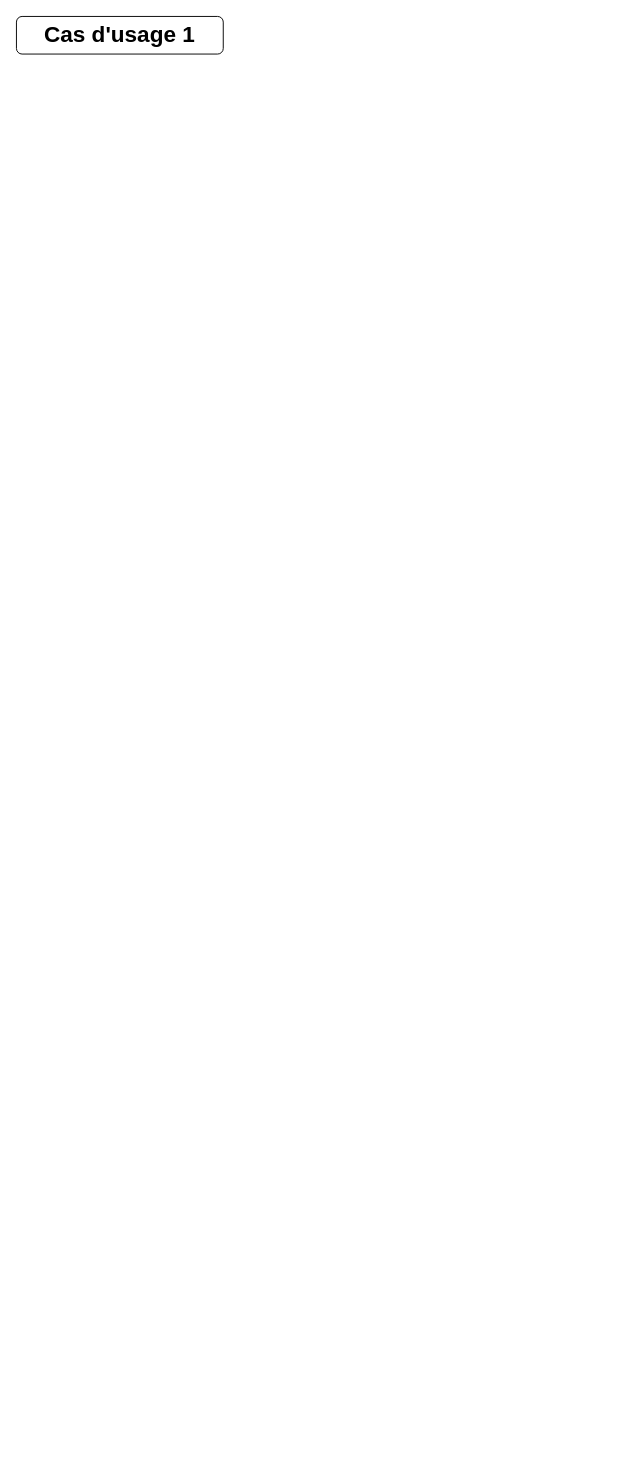
Earlier version of the draw.io diagram page "Tableau de bord" (2 of 5) of Learn@Home_Diagrammes.drawio (Adv13/DENIE_Tiffany_10_03032022). Source tidied: cells renumbered, new cells numbered last; positions are measured from the earlier drawing's top-left corner, leaving out a move shared by most shapes. Both pictures are drawn from the tidied source at 94%, with x=0, y=0 at pixel (16, 16).
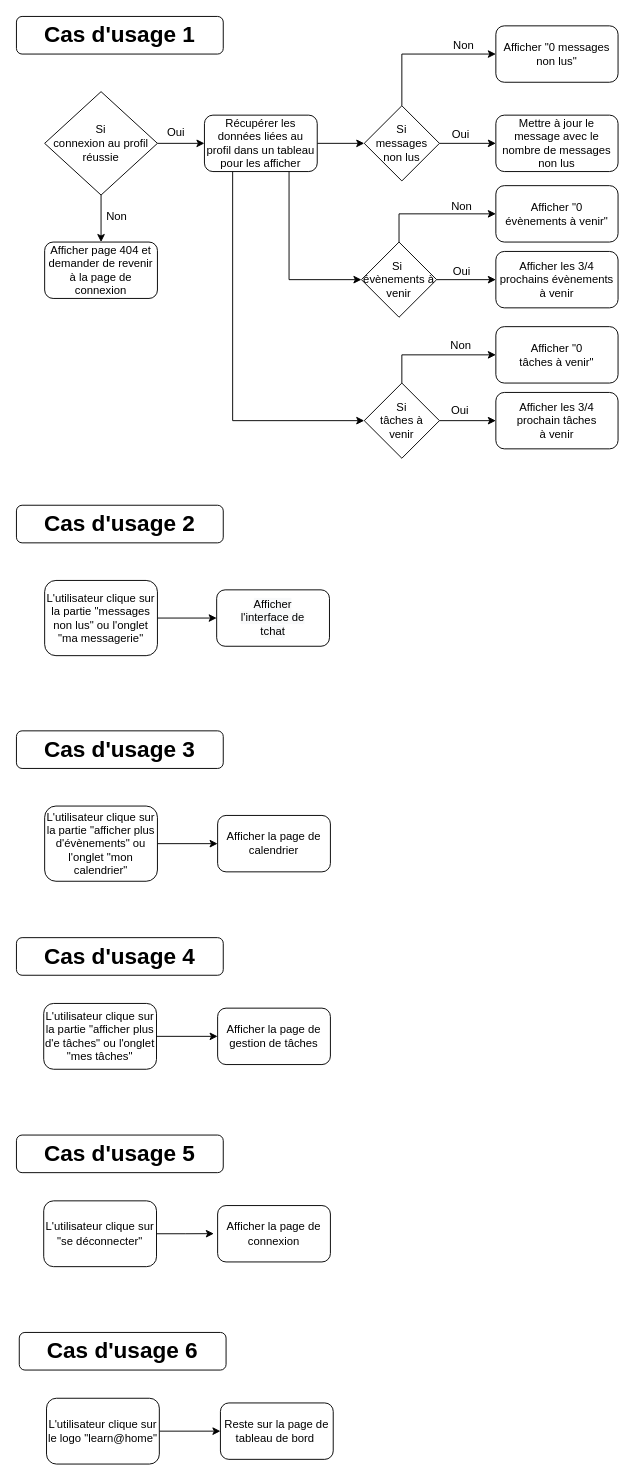
The same diagram, later.

Diff of the diagram source:
```diff
@@
+    <mxCell id="3" style="edgeStyle=orthogonalEdgeStyle;rounded=0;jettySize=auto;html=1;exitX=0.5;exitY=1;exitDx=0;exitDy=0;entryX=0.5;entryY=0;entryDx=0;entryDy=0;fontSize=12;" parent="1" edge="1" source="5" target="6">
+      <mxGeometry relative="1" as="geometry" />
+    </mxCell>
+    <mxCell id="4" style="edgeStyle=orthogonalEdgeStyle;rounded=0;jettySize=auto;html=1;exitX=1;exitY=0.5;exitDx=0;exitDy=0;entryX=0;entryY=0.5;entryDx=0;entryDy=0;fontSize=12;" parent="1" edge="1" source="5" target="10">
+      <mxGeometry relative="1" as="geometry" />
+    </mxCell>
+    <mxCell id="5" value="Si&lt;br&gt;connexion au profil réussie" style="rhombus;whiteSpace=wrap;html=1;fontSize=12;" parent="1" vertex="1">
+      <mxGeometry x="30" y="80" width="120" height="110" as="geometry" />
+    </mxCell>
+    <mxCell id="6" value="Afficher page 404 et demander de revenir à la page de connexion" style="rounded=1;whiteSpace=wrap;html=1;fontSize=12;" parent="1" vertex="1">
+      <mxGeometry x="30" y="240" width="120" height="60" as="geometry" />
+    </mxCell>
+    <mxCell id="7" style="edgeStyle=orthogonalEdgeStyle;rounded=0;jettySize=auto;html=1;exitX=1;exitY=0.5;exitDx=0;exitDy=0;entryX=0;entryY=0.5;entryDx=0;entryDy=0;fontSize=12;" parent="1" edge="1" source="10" target="13">
+      <mxGeometry relative="1" as="geometry" />
+    </mxCell>
+    <mxCell id="8" style="edgeStyle=orthogonalEdgeStyle;rounded=0;jettySize=auto;html=1;exitX=0.75;exitY=1;exitDx=0;exitDy=0;entryX=0;entryY=0.5;entryDx=0;entryDy=0;fontSize=12;" parent="1" edge="1" source="10" target="22">
+      <mxGeometry relative="1" as="geometry" />
+    </mxCell>
+    <mxCell id="9" style="edgeStyle=orthogonalEdgeStyle;rounded=0;jettySize=auto;html=1;exitX=0.25;exitY=1;exitDx=0;exitDy=0;entryX=0;entryY=0.5;entryDx=0;entryDy=0;fontSize=12;" parent="1" edge="1" source="10" target="25">
+      <mxGeometry relative="1" as="geometry" />
+    </mxCell>
+    <mxCell id="10" value="Récupérer les données liées au profil dans un tableau pour les afficher" style="rounded=1;whiteSpace=wrap;html=1;fontSize=12;" parent="1" vertex="1">
+      <mxGeometry x="200" y="105" width="120" height="60" as="geometry" />
+    </mxCell>
+    <mxCell id="11" style="edgeStyle=orthogonalEdgeStyle;rounded=0;jettySize=auto;html=1;exitX=0.5;exitY=0;exitDx=0;exitDy=0;entryX=0;entryY=0.5;entryDx=0;entryDy=0;fontSize=12;" parent="1" edge="1" source="13" target="14">
+      <mxGeometry relative="1" as="geometry" />
+    </mxCell>
+    <mxCell id="12" style="edgeStyle=orthogonalEdgeStyle;rounded=0;jettySize=auto;html=1;exitX=1;exitY=0.5;exitDx=0;exitDy=0;entryX=0;entryY=0.5;entryDx=0;entryDy=0;fontSize=12;" parent="1" edge="1" source="13" target="15">
+      <mxGeometry relative="1" as="geometry" />
+    </mxCell>
+    <mxCell id="13" value="Si&lt;br&gt;messages non lus" style="rhombus;whiteSpace=wrap;html=1;fontSize=12;" parent="1" vertex="1">
+      <mxGeometry x="370" y="95" width="80" height="80" as="geometry" />
+    </mxCell>
+    <mxCell id="14" value="Afficher &quot;0 messages non lus&quot;" style="rounded=1;whiteSpace=wrap;html=1;fontSize=12;" parent="1" vertex="1">
+      <mxGeometry x="510" y="10" width="130" height="60" as="geometry" />
+    </mxCell>
+    <mxCell id="15" value="Mettre à jour le message avec le nombre de messages non lus" style="rounded=1;whiteSpace=wrap;html=1;fontSize=12;" parent="1" vertex="1">
+      <mxGeometry x="510" y="105" width="130" height="60" as="geometry" />
+    </mxCell>
+    <mxCell id="16" value="Oui" style="text;html=1;strokeColor=none;fillColor=none;align=center;verticalAlign=middle;whiteSpace=wrap;rounded=0;fontSize=12;" parent="1" vertex="1">
+      <mxGeometry x="443" y="111" width="60" height="30" as="geometry" />
+    </mxCell>
+    <mxCell id="17" value="Oui" style="text;html=1;strokeColor=none;fillColor=none;align=center;verticalAlign=middle;whiteSpace=wrap;rounded=0;fontSize=12;" parent="1" vertex="1">
+      <mxGeometry x="140" y="109" width="60" height="30" as="geometry" />
+    </mxCell>
+    <mxCell id="18" value="Non" style="text;html=1;strokeColor=none;fillColor=none;align=center;verticalAlign=middle;whiteSpace=wrap;rounded=0;fontSize=12;" parent="1" vertex="1">
+      <mxGeometry x="77" y="198" width="60" height="30" as="geometry" />
+    </mxCell>
+    <mxCell id="19" value="Non" style="text;html=1;strokeColor=none;fillColor=none;align=center;verticalAlign=middle;whiteSpace=wrap;rounded=0;fontSize=12;" parent="1" vertex="1">
+      <mxGeometry x="446" y="16" width="60" height="30" as="geometry" />
+    </mxCell>
+    <mxCell id="20" style="edgeStyle=orthogonalEdgeStyle;rounded=0;jettySize=auto;html=1;exitX=1;exitY=0.5;exitDx=0;exitDy=0;entryX=0;entryY=0.5;entryDx=0;entryDy=0;fontSize=12;" parent="1" edge="1" source="22" target="27">
+      <mxGeometry relative="1" as="geometry" />
+    </mxCell>
+    <mxCell id="21" style="edgeStyle=orthogonalEdgeStyle;rounded=0;jettySize=auto;html=1;exitX=0.5;exitY=0;exitDx=0;exitDy=0;entryX=0;entryY=0.5;entryDx=0;entryDy=0;fontSize=12;" parent="1" edge="1" source="22" target="26">
+      <mxGeometry relative="1" as="geometry" />
+    </mxCell>
+    <mxCell id="22" value="Si&amp;nbsp;&lt;br&gt;évènements à venir" style="rhombus;whiteSpace=wrap;html=1;fontSize=12;" parent="1" vertex="1">
+      <mxGeometry x="367" y="240" width="80" height="80" as="geometry" />
+    </mxCell>
+    <mxCell id="23" style="edgeStyle=orthogonalEdgeStyle;rounded=0;jettySize=auto;html=1;exitX=0.5;exitY=0;exitDx=0;exitDy=0;fontSize=12;" parent="1" edge="1" source="25" target="30">
+      <mxGeometry relative="1" as="geometry" />
+    </mxCell>
+    <mxCell id="24" style="edgeStyle=orthogonalEdgeStyle;rounded=0;jettySize=auto;html=1;exitX=1;exitY=0.5;exitDx=0;exitDy=0;entryX=0;entryY=0.5;entryDx=0;entryDy=0;fontSize=12;" parent="1" edge="1" source="25" target="31">
+      <mxGeometry relative="1" as="geometry" />
+    </mxCell>
+    <mxCell id="25" value="Si&lt;br&gt;tâches à&lt;br&gt;venir" style="rhombus;whiteSpace=wrap;html=1;fontSize=12;" parent="1" vertex="1">
+      <mxGeometry x="370" y="390" width="80" height="80" as="geometry" />
+    </mxCell>
+    <mxCell id="26" value="Afficher &quot;0&lt;br&gt;évènements à venir&quot;" style="rounded=1;whiteSpace=wrap;html=1;fontSize=12;" parent="1" vertex="1">
+      <mxGeometry x="510" y="180" width="130" height="60" as="geometry" />
+    </mxCell>
+    <mxCell id="27" value="Afficher les 3/4 prochains évènements&lt;br&gt;à venir" style="rounded=1;whiteSpace=wrap;html=1;fontSize=12;" parent="1" vertex="1">
+      <mxGeometry x="510" y="250" width="130" height="60" as="geometry" />
+    </mxCell>
+    <mxCell id="28" value="Oui" style="text;html=1;strokeColor=none;fillColor=none;align=center;verticalAlign=middle;whiteSpace=wrap;rounded=0;fontSize=12;" parent="1" vertex="1">
+      <mxGeometry x="444" y="257" width="60" height="30" as="geometry" />
+    </mxCell>
+    <mxCell id="29" value="Non" style="text;html=1;strokeColor=none;fillColor=none;align=center;verticalAlign=middle;whiteSpace=wrap;rounded=0;fontSize=12;" parent="1" vertex="1">
+      <mxGeometry x="444" y="187" width="60" height="30" as="geometry" />
+    </mxCell>
+    <mxCell id="30" value="Afficher &quot;0&lt;br&gt;tâches à venir&quot;" style="rounded=1;whiteSpace=wrap;html=1;fontSize=12;" parent="1" vertex="1">
+      <mxGeometry x="510" y="330" width="130" height="60" as="geometry" />
+    </mxCell>
+    <mxCell id="31" value="Afficher les 3/4 prochain tâches&lt;br&gt;à venir" style="rounded=1;whiteSpace=wrap;html=1;fontSize=12;" parent="1" vertex="1">
+      <mxGeometry x="510" y="400" width="130" height="60" as="geometry" />
+    </mxCell>
+    <mxCell id="32" value="Oui" style="text;html=1;strokeColor=none;fillColor=none;align=center;verticalAlign=middle;whiteSpace=wrap;rounded=0;fontSize=12;" parent="1" vertex="1">
+      <mxGeometry x="442" y="404" width="60" height="30" as="geometry" />
+    </mxCell>
+    <mxCell id="33" value="Non" style="text;html=1;strokeColor=none;fillColor=none;align=center;verticalAlign=middle;whiteSpace=wrap;rounded=0;fontSize=12;" parent="1" vertex="1">
+      <mxGeometry x="443" y="335" width="60" height="30" as="geometry" />
+    </mxCell>
+    <mxCell id="34" value="&lt;b&gt;&lt;font style=&quot;font-size: 24px&quot;&gt;Cas d'usage 2&lt;/font&gt;&lt;/b&gt;" style="rounded=1;whiteSpace=wrap;html=1;fontSize=12;glass=0;strokeWidth=1;shadow=0;" parent="1" vertex="1">
+      <mxGeometry y="520" width="220" height="40" as="geometry" />
+    </mxCell>
+    <mxCell id="35" style="edgeStyle=orthogonalEdgeStyle;rounded=0;jettySize=auto;html=1;exitX=1;exitY=0.5;exitDx=0;exitDy=0;entryX=0;entryY=0.5;entryDx=0;entryDy=0;fontSize=12;" parent="1" edge="1" source="36" target="37">
+      <mxGeometry relative="1" as="geometry" />
+    </mxCell>
+    <mxCell id="36" value="L'utilisateur clique sur la partie &quot;messages non lus&quot; ou l'onglet &quot;ma messagerie&quot;" style="rounded=1;whiteSpace=wrap;html=1;fontSize=12;" parent="1" vertex="1">
+      <mxGeometry x="30" y="600" width="120" height="80" as="geometry" />
+    </mxCell>
+    <mxCell id="37" value="&#10;&#10;&lt;span style=&quot;color: rgb(0, 0, 0); font-family: helvetica; font-size: 12px; font-style: normal; font-weight: 400; letter-spacing: normal; text-align: center; text-indent: 0px; text-transform: none; word-spacing: 0px; background-color: rgb(248, 249, 250); display: inline; float: none;&quot;&gt;Afficher&lt;/span&gt;&lt;br style=&quot;color: rgb(0, 0, 0); font-family: helvetica; font-size: 12px; font-style: normal; font-weight: 400; letter-spacing: normal; text-align: center; text-indent: 0px; text-transform: none; word-spacing: 0px; background-color: rgb(248, 249, 250);&quot;&gt;&lt;span style=&quot;color: rgb(0, 0, 0); font-family: helvetica; font-size: 12px; font-style: normal; font-weight: 400; letter-spacing: normal; text-align: center; text-indent: 0px; text-transform: none; word-spacing: 0px; background-color: rgb(248, 249, 250); display: inline; float: none;&quot;&gt;l'interface de&lt;/span&gt;&lt;br style=&quot;color: rgb(0, 0, 0); font-family: helvetica; font-size: 12px; font-style: normal; font-weight: 400; letter-spacing: normal; text-align: center; text-indent: 0px; text-transform: none; word-spacing: 0px; background-color: rgb(248, 249, 250);&quot;&gt;&lt;span style=&quot;color: rgb(0, 0, 0); font-family: helvetica; font-size: 12px; font-style: normal; font-weight: 400; letter-spacing: normal; text-align: center; text-indent: 0px; text-transform: none; word-spacing: 0px; background-color: rgb(248, 249, 250); display: inline; float: none;&quot;&gt;tchat&lt;/span&gt;&#10;&#10;" style="rounded=1;whiteSpace=wrap;html=1;fontSize=12;" parent="1" vertex="1">
+      <mxGeometry x="213" y="610" width="120" height="60" as="geometry" />
+    </mxCell>
+    <mxCell id="38" style="edgeStyle=orthogonalEdgeStyle;rounded=0;jettySize=auto;html=1;exitX=1;exitY=0.5;exitDx=0;exitDy=0;entryX=0;entryY=0.5;entryDx=0;entryDy=0;fontSize=12;" parent="1" edge="1" source="39" target="40">
+      <mxGeometry relative="1" as="geometry" />
+    </mxCell>
+    <mxCell id="39" value="L'utilisateur clique sur la partie &quot;afficher plus d'évènements&quot; ou l'onglet &quot;mon calendrier&quot;" style="rounded=1;whiteSpace=wrap;html=1;fontSize=12;" parent="1" vertex="1">
+      <mxGeometry x="30" y="840" width="120" height="80" as="geometry" />
+    </mxCell>
+    <mxCell id="40" value="Afficher la page de calendrier" style="rounded=1;whiteSpace=wrap;html=1;fontSize=12;" parent="1" vertex="1">
+      <mxGeometry x="214" y="850" width="120" height="60" as="geometry" />
+    </mxCell>
+    <mxCell id="41" value="&lt;b&gt;&lt;font style=&quot;font-size: 24px&quot;&gt;Cas d'usage 3&lt;/font&gt;&lt;/b&gt;" style="rounded=1;whiteSpace=wrap;html=1;fontSize=12;glass=0;strokeWidth=1;shadow=0;" parent="1" vertex="1">
+      <mxGeometry y="760" width="220" height="40" as="geometry" />
+    </mxCell>
+    <mxCell id="42" style="edgeStyle=orthogonalEdgeStyle;rounded=0;jettySize=auto;html=1;exitX=1;exitY=0.5;exitDx=0;exitDy=0;entryX=0;entryY=0.5;entryDx=0;entryDy=0;fontSize=12;" parent="1" edge="1" source="43" target="44">
+      <mxGeometry relative="1" as="geometry" />
+    </mxCell>
+    <mxCell id="43" value="L'utilisateur clique sur la partie &quot;afficher plus d'e tâches&quot; ou l'onglet &quot;mes tâches&quot;" style="rounded=1;whiteSpace=wrap;html=1;fontSize=12;" parent="1" vertex="1">
+      <mxGeometry x="29" y="1050" width="120" height="70" as="geometry" />
+    </mxCell>
+    <mxCell id="44" value="Afficher la page de&lt;br&gt;gestion de tâches" style="rounded=1;whiteSpace=wrap;html=1;fontSize=12;" parent="1" vertex="1">
+      <mxGeometry x="214" y="1055" width="120" height="60" as="geometry" />
+    </mxCell>
+    <mxCell id="45" value="&lt;b&gt;&lt;font style=&quot;font-size: 24px&quot;&gt;Cas d'usage 4&lt;/font&gt;&lt;/b&gt;" style="rounded=1;whiteSpace=wrap;html=1;fontSize=12;glass=0;strokeWidth=1;shadow=0;" parent="1" vertex="1">
+      <mxGeometry y="980" width="220" height="40" as="geometry" />
+    </mxCell>
+    <mxCell id="46" style="edgeStyle=orthogonalEdgeStyle;rounded=0;jettySize=auto;html=1;exitX=1;exitY=0.5;exitDx=0;exitDy=0;fontSize=12;" parent="1" edge="1" source="47">
+      <mxGeometry relative="1" as="geometry">
+        <mxPoint x="210" y="1294.9" as="targetPoint" />
+      </mxGeometry>
+    </mxCell>
+    <mxCell id="47" value="L'utilisateur clique sur &quot;se déconnecter&quot;" style="rounded=1;whiteSpace=wrap;html=1;fontSize=12;" parent="1" vertex="1">
+      <mxGeometry x="29" y="1260" width="120" height="70" as="geometry" />
+    </mxCell>
+    <mxCell id="48" value="Afficher la page de&lt;br&gt;connexion" style="rounded=1;whiteSpace=wrap;html=1;fontSize=12;" parent="1" vertex="1">
+      <mxGeometry x="214" y="1265" width="120" height="60" as="geometry" />
+    </mxCell>
+    <mxCell id="49" value="&lt;b&gt;&lt;font style=&quot;font-size: 24px&quot;&gt;Cas d'usage 5&lt;/font&gt;&lt;/b&gt;" style="rounded=1;whiteSpace=wrap;html=1;fontSize=12;glass=0;strokeWidth=1;shadow=0;" parent="1" vertex="1">
+      <mxGeometry y="1190" width="220" height="40" as="geometry" />
+    </mxCell>
+    <mxCell id="50" style="edgeStyle=orthogonalEdgeStyle;rounded=0;jettySize=auto;html=1;exitX=1;exitY=0.5;exitDx=0;exitDy=0;fontSize=12;" parent="1" edge="1" source="51" target="52">
+      <mxGeometry relative="1" as="geometry" />
+    </mxCell>
+    <mxCell id="51" value="L'utilisateur clique sur le logo &quot;learn@home&quot;" style="rounded=1;whiteSpace=wrap;html=1;fontSize=12;" parent="1" vertex="1">
+      <mxGeometry x="32" y="1470" width="120" height="70" as="geometry" />
+    </mxCell>
+    <mxCell id="52" value="Reste sur la page de tableau de bord&amp;nbsp;" style="rounded=1;whiteSpace=wrap;html=1;fontSize=12;" parent="1" vertex="1">
+      <mxGeometry x="217" y="1475" width="120" height="60" as="geometry" />
+    </mxCell>
+    <mxCell id="53" value="&lt;b&gt;&lt;font style=&quot;font-size: 24px&quot;&gt;Cas d'usage 6&lt;/font&gt;&lt;/b&gt;" style="rounded=1;whiteSpace=wrap;html=1;fontSize=12;glass=0;strokeWidth=1;shadow=0;" parent="1" vertex="1">
+      <mxGeometry x="3" y="1400" width="220" height="40" as="geometry" />
+    </mxCell>
```
